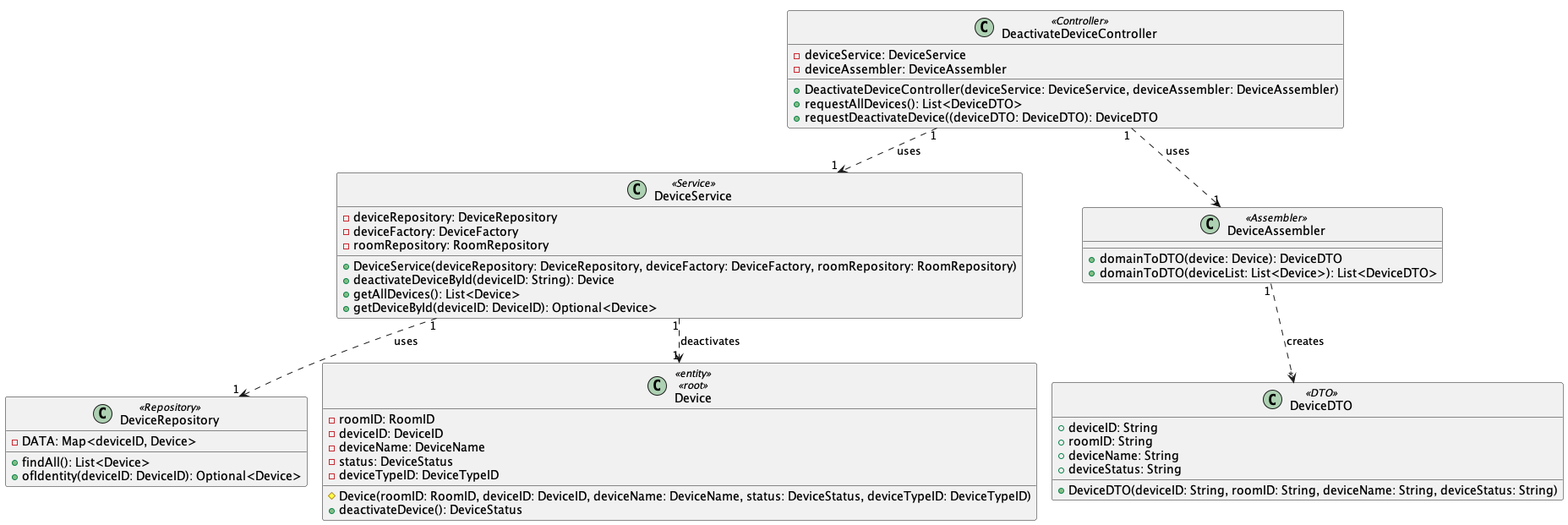
Before: docs/userStories/us08/artifacts/US08CD.png, a diagram exported from PlantUML (olivDiogo/SmartHome). Source of this version:
```plantuml
@startuml

!pragma layout smetana
!pragma scale 100 width
!pragma useVerticalIfPossible

class DeactivateDeviceController <<Controller>> {
    -deviceService: DeviceService
    -deviceAssembler: DeviceAssembler
    +DeactivateDeviceController(deviceService: DeviceService, deviceAssembler: DeviceAssembler)
    +requestAllDevices(): List<DeviceDTO>
    +requestDeactivateDevice((deviceDTO: DeviceDTO): DeviceDTO
}

class DeviceService <<Service>> {
    -deviceRepository: DeviceRepository
    -deviceFactory: DeviceFactory
    -roomRepository: RoomRepository
    +DeviceService(deviceRepository: DeviceRepository, deviceFactory: DeviceFactory, roomRepository: RoomRepository)
    +deactivateDeviceById(deviceID: String): Device
    +getAllDevices(): List<Device>
    +getDeviceById(deviceID: DeviceID): Optional<Device>
}

class DeviceRepository <<Repository>>{
    -DATA: Map<deviceID, Device>
    +findAll(): List<Device>
    +ofIdentity(deviceID: DeviceID): Optional<Device>
}

class DeviceAssembler <<Assembler>>{
    +domainToDTO(device: Device): DeviceDTO
    +domainToDTO(deviceList: List<Device>): List<DeviceDTO>
}


class DeviceDTO <<DTO>>{
    +deviceID: String
    +roomID: String
    +deviceName: String
    +deviceStatus: String
    +DeviceDTO(deviceID: String, roomID: String, deviceName: String, deviceStatus: String)
}

class Device<<entity>><<root>> {
    -roomID: RoomID
    -deviceID: DeviceID
    -deviceName: DeviceName
    -status: DeviceStatus
    -deviceTypeID: DeviceTypeID
    #Device(roomID: RoomID, deviceID: DeviceID, deviceName: DeviceName, status: DeviceStatus, deviceTypeID: DeviceTypeID)
    +deactivateDevice(): DeviceStatus
}

DeactivateDeviceController "1" ..> "1" DeviceService: uses
DeactivateDeviceController "1" ..> "1" DeviceAssembler: uses
DeviceService "1" ..> "1" DeviceRepository: uses
DeviceAssembler "1" ..> "*" DeviceDTO: creates
DeviceService "1" ..> "1" Device: deactivates
@enduml
```
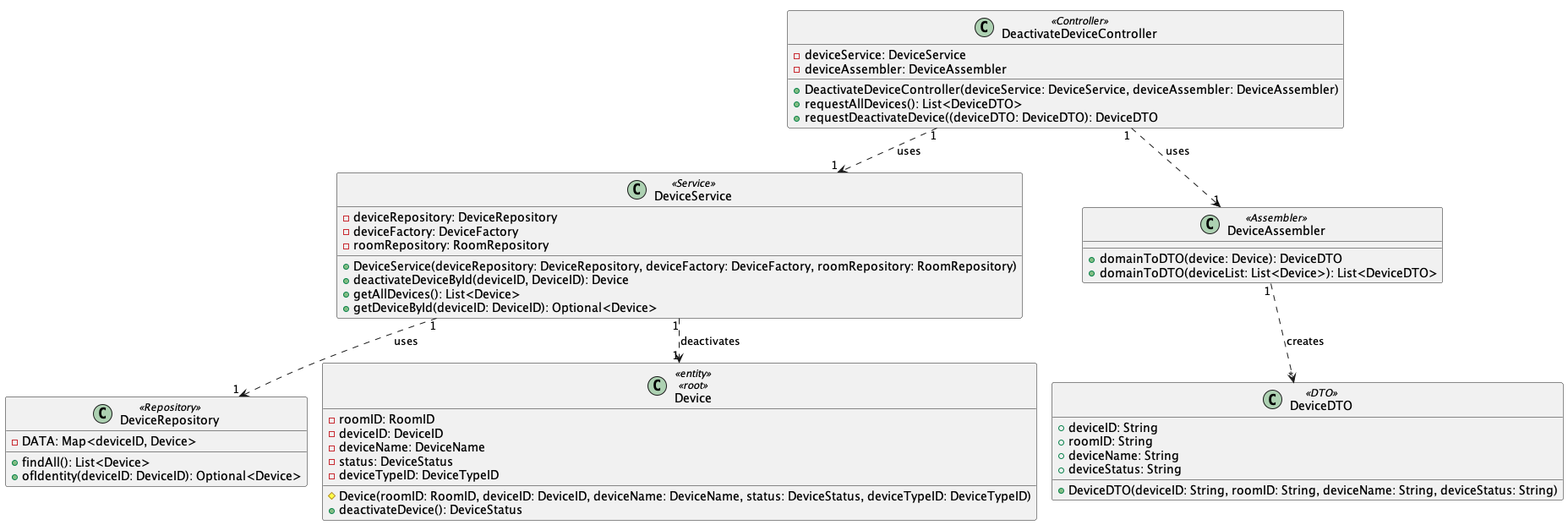
The same file after the commit.

Commit message:
fix: update DeviceService attributes in the constructor (US08CD)

closes #312
closes #248

Change to the diagram source:
```diff
@@ -17,7 +17,7 @@
     -deviceFactory: DeviceFactory
     -roomRepository: RoomRepository
     +DeviceService(deviceRepository: DeviceRepository, deviceFactory: DeviceFactory, roomRepository: RoomRepository)
-    +deactivateDeviceById(deviceID: String): Device
+    +deactivateDeviceById(deviceID, DeviceID): Device
     +getAllDevices(): List<Device>
     +getDeviceById(deviceID: DeviceID): Optional<Device>
 }
```
